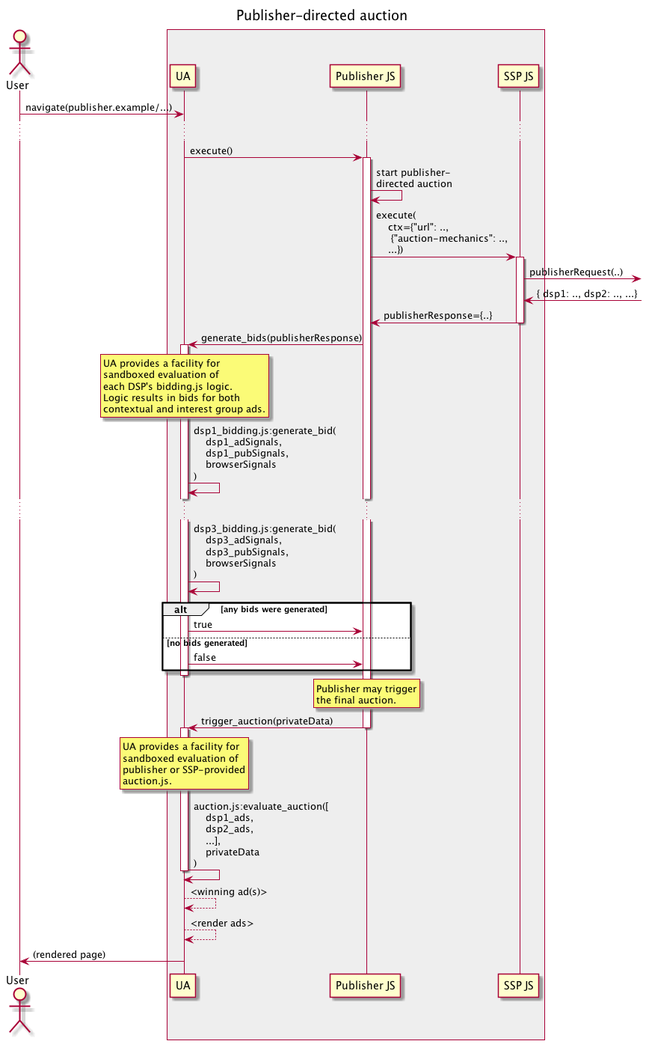
WICG/turtledove keeps this PlantUML diagram as assets/TERN/img/6_auction.png. Above is the earlier version. Its source is kept beside it as assets/TERN/6_auction.plantuml.
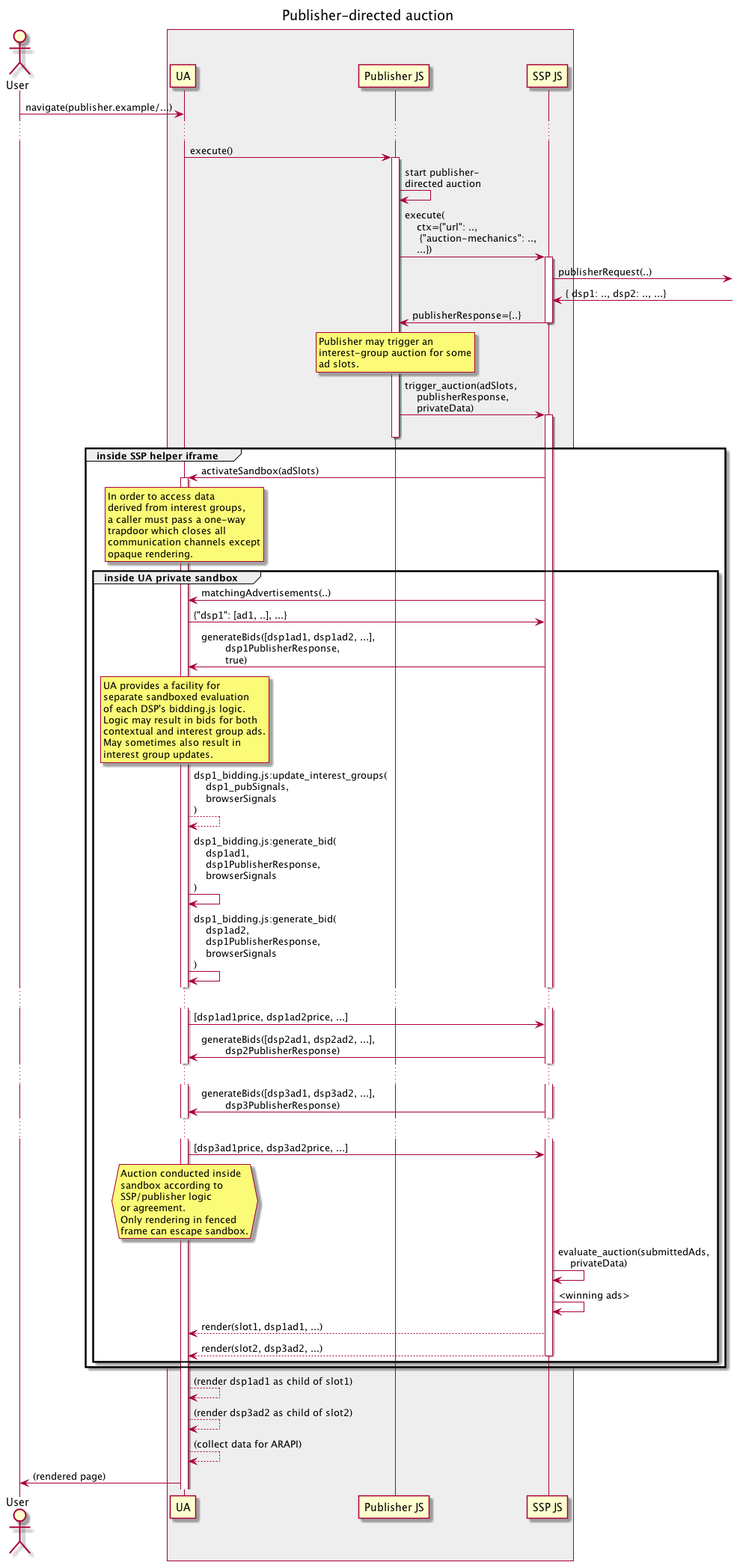
The same diagram one commit later.

The edit, as a diff of the source:
```diff
@@ -28,53 +28,91 @@
 ssp_pixel -> pub_pixel : publisherResponse={..}
 deactivate ssp_pixel
 
-pub_pixel -> ua : generate_bids(publisherResponse)
+rnote over pub_pixel
+Publisher may trigger an
+interest-group auction for some
+ad slots.
+end note
+
+pub_pixel -> ssp_pixel : trigger_auction(adSlots,\n    publisherResponse,\n    privateData)
+
+activate ssp_pixel
+deactivate pub_pixel
+
+group inside SSP helper iframe
+
+ssp_pixel -> ua : activateSandbox(adSlots)
+
+rnote over ua
+In order to access data
+derived from interest groups,
+a caller must pass a one-way
+trapdoor which closes all
+communication channels except
+opaque rendering.
+end note
 
 activate ua
 
-rnote over ua
-UA provides a facility for
-sandboxed evaluation of
-each DSP's bidding.js logic.
-Logic results in bids for both
-contextual and interest group ads.
-end note
+group inside UA private sandbox
 
-ua -> ua : dsp1_bidding.js:generate_bid(\n    dsp1_adSignals,\n    dsp1_pubSignals,\n    browserSignals\n)
-...
-ua -> ua : dsp3_bidding.js:generate_bid(\n    dsp3_adSignals,\n    dsp3_pubSignals,\n    browserSignals\n)
+ssp_pixel -> ua : matchingAdvertisements(..)
+ua -> ssp_pixel : {"dsp1": [ad1, ..], ...}
 
-alt any bids were generated
-  ua -> pub_pixel : true
-else no bids generated
-  ua -> pub_pixel : false
-end
-
-deactivate ua
-
-rnote over pub_pixel
-Publisher may trigger
-the final auction.
-end note
-
-pub_pixel -> ua : trigger_auction(privateData)
-
-deactivate pub_pixel
-activate ua
+ssp_pixel -> ua : generateBids([dsp1ad1, dsp1ad2, ...],\n        dsp1PublisherResponse,\n        true)
 
 rnote over ua
 UA provides a facility for
-sandboxed evaluation of
-publisher or SSP-provided
-auction.js.
+separate sandboxed evaluation
+of each DSP's bidding.js logic.
+Logic may result in bids for both
+contextual and interest group ads.
+May sometimes also result in
+interest group updates.
 end note
-ua -> ua : auction.js:evaluate_auction([\n    dsp1_ads,\n    dsp2_ads,\n    ...],\n    privateData\n)
 
-deactivate ua
+ua --> ua : dsp1_bidding.js:update_interest_groups(\n    dsp1_pubSignals,\n    browserSignals\n)
+ua -> ua : dsp1_bidding.js:generate_bid(\n    dsp1ad1,\n    dsp1PublisherResponse,\n    browserSignals\n)
+ua -> ua : dsp1_bidding.js:generate_bid(\n    dsp1ad2,\n    dsp1PublisherResponse,\n    browserSignals\n)
 
-ua --> ua : <winning ad(s)>
+...
 
-ua --> ua : <render ads>
+ua -> ssp_pixel : [dsp1ad1price, dsp1ad2price, ...]
+
+ssp_pixel -> ua : generateBids([dsp2ad1, dsp2ad2, ...],\n        dsp2PublisherResponse)
+
+...
+
+ssp_pixel -> ua : generateBids([dsp3ad1, dsp3ad2, ...],\n        dsp3PublisherResponse)
+
+...
+
+ua -> ssp_pixel : [dsp3ad1price, dsp3ad2price, ...]
+
+hnote over ua
+Auction conducted inside
+sandbox according to
+SSP/publisher logic
+or agreement.
+Only rendering in fenced
+frame can escape sandbox.
+end note
+
+ssp_pixel -> ssp_pixel : evaluate_auction(submittedAds,\n    privateData)
+ssp_pixel -> ssp_pixel : <winning ads>
+
+ssp_pixel --> ua : render(slot1, dsp1ad1, ...)
+ssp_pixel --> ua : render(slot2, dsp3ad2, ...)
+
+deactivate ssp_pixel
+
+end
+end
+
+ua --> ua : (render dsp1ad1 as child of slot1)
+ua --> ua : (render dsp3ad2 as child of slot2)
+
+ua --> ua : (collect data for ARAPI)
 
 ua -> user : (rendered page)
 
```
